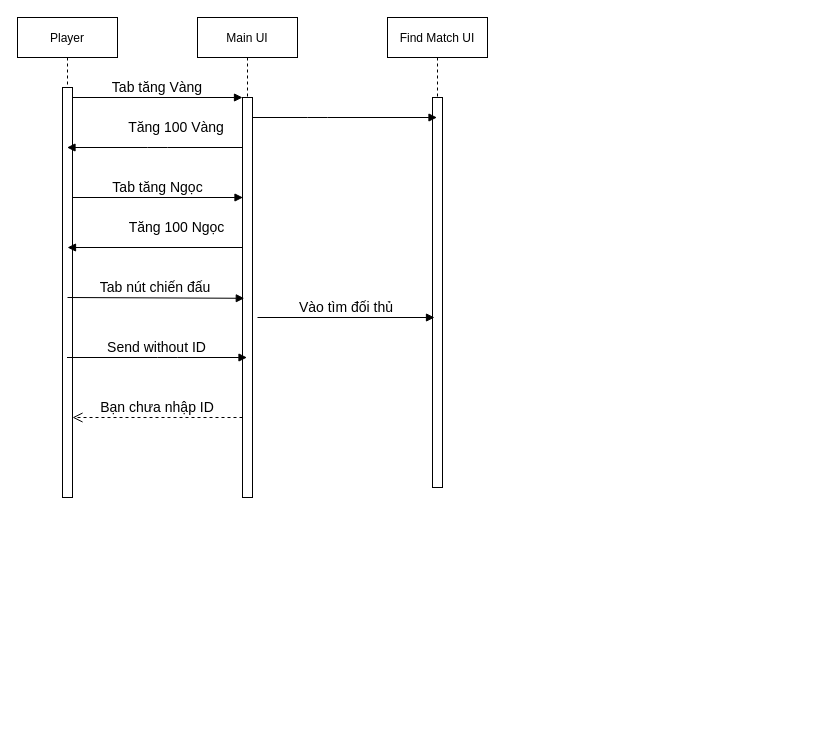
The draw.io diagram page "Main UI" (2 of 5) of Sequence Diagram.drawio in HanhND2/assignment-03-class-sequence-diagram-, before the edit. Source tidied: cells renumbered, new cells numbered last; positions are measured from the earlier drawing's top-left corner, leaving out a move shared by most shapes. Both pictures are drawn from the tidied source at 100%, with x=0, y=0 at pixel (17, 17).
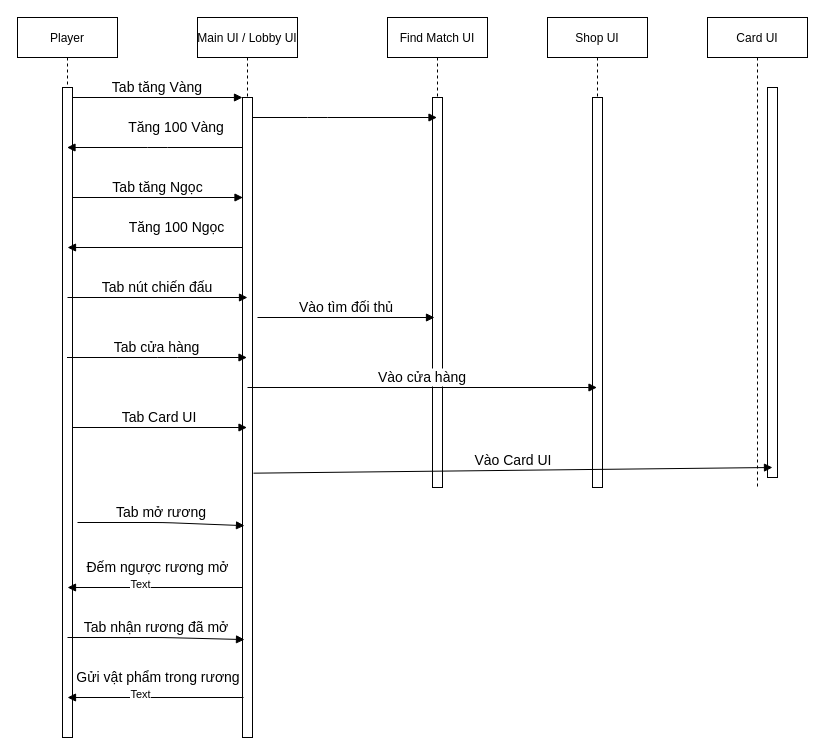
The same page after the edit.

The edit, as a diff of the source:
```diff
@@
     <mxCell id="2" value="Player" style="shape=umlLifeline;perimeter=lifelinePerimeter;rounded=0;shadow=0;strokeWidth=1;" parent="1" vertex="1">
-      <mxGeometry width="100" height="480" as="geometry" />
+      <mxGeometry width="100" height="720" as="geometry" />
     </mxCell>
     <mxCell id="3" style="points=[];perimeter=orthogonalPerimeter;rounded=0;shadow=0;strokeWidth=1;" parent="2" vertex="1">
-      <mxGeometry x="45" y="70" width="10" height="410" as="geometry" />
+      <mxGeometry x="45" y="70" width="10" height="650" as="geometry" />
     </mxCell>
-    <mxCell id="4" value="Main UI" style="shape=umlLifeline;perimeter=lifelinePerimeter;rounded=0;shadow=0;strokeWidth=1;" parent="1" vertex="1">
-      <mxGeometry x="180" width="100" height="480" as="geometry" />
+    <mxCell id="4" value="Main UI / Lobby UI" style="shape=umlLifeline;perimeter=lifelinePerimeter;rounded=0;shadow=0;strokeWidth=1;" parent="1" vertex="1">
+      <mxGeometry x="180" width="100" height="720" as="geometry" />
     </mxCell>
     <mxCell id="5" style="points=[];perimeter=orthogonalPerimeter;rounded=0;shadow=0;strokeWidth=1;" parent="4" vertex="1">
-      <mxGeometry x="45" y="80" width="10" height="400" as="geometry" />
+      <mxGeometry x="45" y="80" width="10" height="640" as="geometry" />
     </mxCell>
@@
-    <mxCell id="9" value="Send without ID" style="verticalAlign=bottom;endArrow=block;shadow=0;strokeWidth=1;fontSize=14;" parent="1" edge="1" source="2" target="4">
+    <mxCell id="9" value="Tab cửa hàng" style="verticalAlign=bottom;endArrow=block;shadow=0;strokeWidth=1;fontSize=14;" parent="1" edge="1" source="2" target="4">
       <mxGeometry relative="1" as="geometry">
         <Array as="points">
           <mxPoint x="150" y="340" />
         </Array>
       </mxGeometry>
     </mxCell>
@@
-    <mxCell id="11" value="Bạn chưa nhập ID" style="verticalAlign=bottom;endArrow=open;dashed=1;endSize=8;shadow=0;strokeWidth=1;fontSize=14;" parent="1" edge="1">
-      <mxGeometry relative="1" as="geometry">
-        <mxPoint x="225" y="400" as="sourcePoint" />
-        <mxPoint x="55" y="400" as="targetPoint" />
-        <Array as="points">
-          <mxPoint x="140" y="400" />
-        </Array>
-      </mxGeometry>
-    </mxCell>
@@
-    <mxCell id="15" value="Tab nút chiến đấu" style="verticalAlign=bottom;endArrow=block;shadow=0;strokeWidth=1;fontSize=14;entryX=0.18;entryY=0.502;entryDx=0;entryDy=0;entryPerimeter=0;" parent="1" edge="1" target="5">
+    <mxCell id="15" value="Tab nút chiến đấu" style="verticalAlign=bottom;endArrow=block;shadow=0;strokeWidth=1;fontSize=14;" parent="1" edge="1">
       <mxGeometry relative="1" as="geometry">
         <mxPoint x="50" y="280" as="sourcePoint" />
+        <mxPoint x="230" y="280" as="targetPoint" />
       </mxGeometry>
     </mxCell>
@@
+    <mxCell id="17" value="Shop UI" style="shape=umlLifeline;perimeter=lifelinePerimeter;rounded=0;shadow=0;strokeWidth=1;" parent="1" vertex="1">
+      <mxGeometry x="530" width="100" height="470" as="geometry" />
+    </mxCell>
+    <mxCell id="18" style="perimeter=orthogonalPerimeter;rounded=0;shadow=0;strokeWidth=1;" parent="17" vertex="1">
+      <mxGeometry x="45" y="80" width="10" height="390" as="geometry" />
+    </mxCell>
+    <mxCell id="19" value="Vào cửa hàng" style="verticalAlign=bottom;endArrow=block;shadow=0;strokeWidth=1;fontSize=14;" parent="1" edge="1" target="17">
+      <mxGeometry relative="1" as="geometry">
+        <mxPoint x="230" y="370" as="sourcePoint" />
+      </mxGeometry>
+    </mxCell>
+    <mxCell id="20" value="Tab Card UI" style="verticalAlign=bottom;endArrow=block;shadow=0;strokeWidth=1;fontSize=14;" parent="1" edge="1" source="3" target="4">
+      <mxGeometry relative="1" as="geometry">
+        <Array as="points">
+          <mxPoint x="150.5" y="410" />
+        </Array>
+      </mxGeometry>
+    </mxCell>
+    <mxCell id="21" value="Card UI" style="shape=umlLifeline;perimeter=lifelinePerimeter;rounded=0;shadow=0;strokeWidth=1;" parent="1" vertex="1">
+      <mxGeometry x="690" width="100" height="470" as="geometry" />
+    </mxCell>
+    <mxCell id="22" style="perimeter=orthogonalPerimeter;rounded=0;shadow=0;strokeWidth=1;" parent="21" vertex="1">
+      <mxGeometry x="60" y="70" width="10" height="390" as="geometry" />
+    </mxCell>
+    <mxCell id="23" value="Vào Card UI" style="verticalAlign=bottom;endArrow=block;shadow=0;strokeWidth=1;fontSize=14;exitX=1.1;exitY=0.587;exitDx=0;exitDy=0;exitPerimeter=0;" parent="1" edge="1" source="5">
+      <mxGeometry relative="1" as="geometry">
+        <mxPoint x="755" y="450" as="targetPoint" />
+      </mxGeometry>
+    </mxCell>
+    <mxCell id="24" value="Tab mở rương" style="verticalAlign=bottom;endArrow=block;shadow=0;strokeWidth=1;fontSize=14;entryX=0.2;entryY=0.669;entryDx=0;entryDy=0;entryPerimeter=0;" parent="1" edge="1" target="5">
+      <mxGeometry relative="1" as="geometry">
+        <mxPoint x="60" y="505" as="sourcePoint" />
+        <Array as="points">
+          <mxPoint x="145.5" y="505" />
+        </Array>
+      </mxGeometry>
+    </mxCell>
+    <mxCell id="25" value="Đếm ngược rương mở" style="verticalAlign=bottom;endArrow=block;shadow=0;strokeWidth=1;fontSize=14;" parent="1" edge="1">
+      <mxGeometry x="-0.03" y="-10" relative="1" as="geometry">
+        <mxPoint x="225.5" y="570" as="sourcePoint" />
+        <mxPoint x="50" y="570" as="targetPoint" />
+        <Array as="points">
+          <mxPoint x="140.5" y="570" />
+        </Array>
+      </mxGeometry>
+    </mxCell>
+    <mxCell id="26" value="Text" style="edgeLabel;html=1;align=center;verticalAlign=middle;" parent="25" vertex="1">
+      <mxGeometry x="0.19" y="-4" relative="1" as="geometry">
+        <mxPoint x="1" as="offset" />
+      </mxGeometry>
+    </mxCell>
+    <mxCell id="27" value="Tab nhận rương đã mở" style="verticalAlign=bottom;endArrow=block;shadow=0;strokeWidth=1;fontSize=14;entryX=0.47;entryY=0.864;entryDx=0;entryDy=0;entryPerimeter=0;" parent="1" edge="1" target="4">
+      <mxGeometry relative="1" as="geometry">
+        <mxPoint x="50" y="620" as="sourcePoint" />
+        <Array as="points">
+          <mxPoint x="145.5" y="620" />
+        </Array>
+      </mxGeometry>
+    </mxCell>
+    <mxCell id="28" value="Gửi vật phẩm trong rương" style="verticalAlign=bottom;endArrow=block;shadow=0;strokeWidth=1;fontSize=14;" parent="1" edge="1">
+      <mxGeometry x="-0.03" y="-10" relative="1" as="geometry">
+        <mxPoint x="226" y="680" as="sourcePoint" />
+        <mxPoint x="50" y="680" as="targetPoint" />
+        <Array as="points">
+          <mxPoint x="140.5" y="680" />
+        </Array>
+      </mxGeometry>
+    </mxCell>
+    <mxCell id="29" value="Text" style="edgeLabel;html=1;align=center;verticalAlign=middle;" parent="28" vertex="1">
+      <mxGeometry x="0.19" y="-4" relative="1" as="geometry">
+        <mxPoint x="1" as="offset" />
+      </mxGeometry>
+    </mxCell>
```
